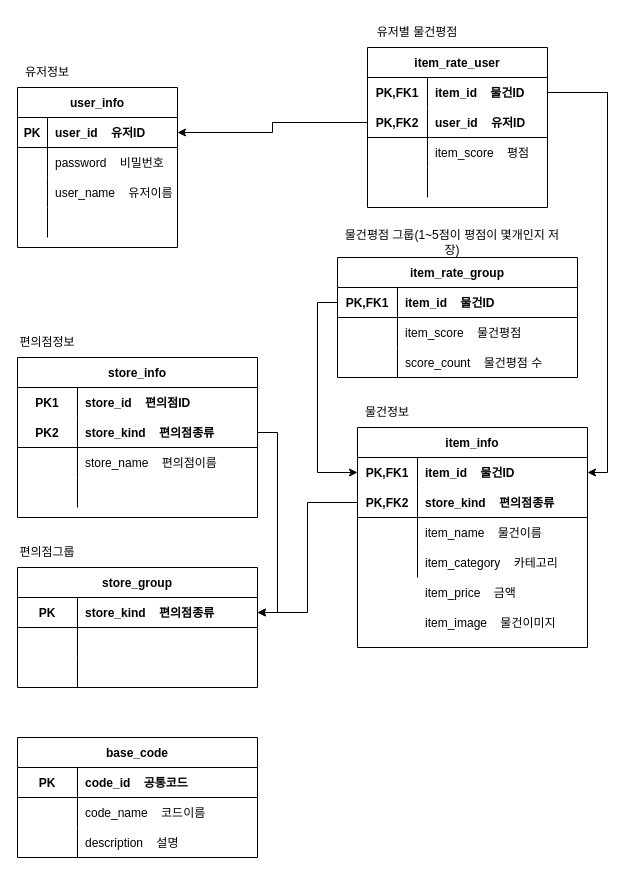
This is project_document/diagram/guru.drawio from CVS-GURU/CVS-GURU-BACK, a draw.io file, before an edit. Source tidied: cells renumbered, new cells numbered last; positions are measured from the earlier drawing's top-left corner, leaving out a move shared by most shapes. Both pictures are drawn from the tidied source at 100%, with x=0, y=0 at pixel (17, 17).
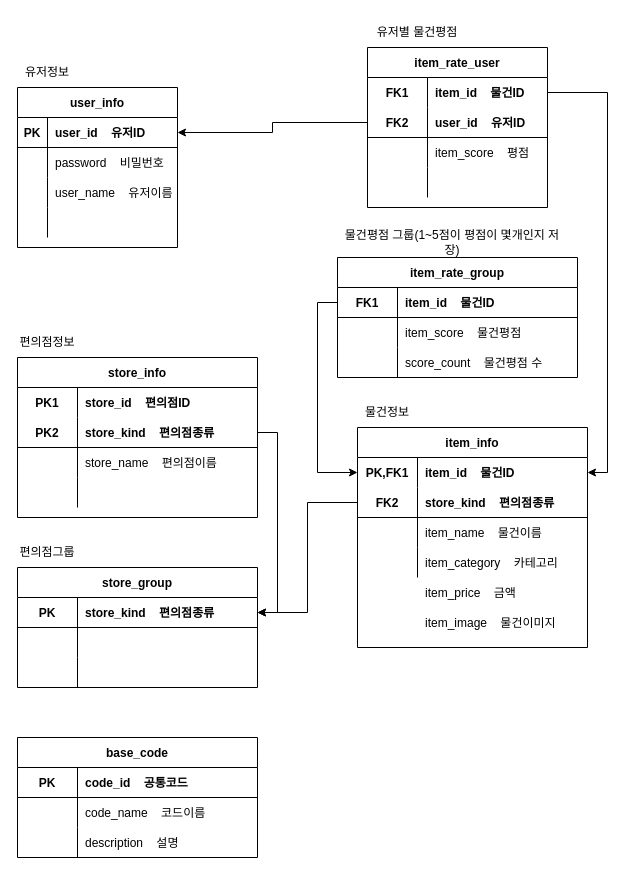
The same page after the edit.

The change refers to these unchanged cells:
```xml
<mxCell id="20" style="shape=partialRectangle;fillColor=none;top=0;left=0;bottom=0;right=0;points=[[0,0.5],[1,0.5]];portConstraint=eastwest;" parent="19" vertex="1">
  <mxGeometry y="30" width="180" height="30" as="geometry" />
</mxCell>
<mxCell id="23" style="shape=partialRectangle;fillColor=none;top=0;left=0;bottom=1;right=0;points=[[0,0.5],[1,0.5]];portConstraint=eastwest;" parent="19" vertex="1">
  <mxGeometry y="60" width="180" height="30" as="geometry" />
</mxCell>
<mxCell id="51" style="shape=partialRectangle;fillColor=none;top=0;left=0;bottom=1;right=0;points=[[0,0.5],[1,0.5]];portConstraint=eastwest;" parent="47" vertex="1">
  <mxGeometry y="60" width="230" height="30" as="geometry" />
</mxCell>
<mxCell id="77" style="shape=partialRectangle;fillColor=none;top=0;left=0;bottom=1;right=0;points=[[0,0.5],[1,0.5]];portConstraint=eastwest;" parent="76" vertex="1">
  <mxGeometry y="30" width="240" height="30" as="geometry" />
</mxCell>
```

The edit, as a diff of the source:
```diff
@@
-    <mxCell id="21" value="PK,FK1" style="shape=partialRectangle;fillColor=none;top=0;left=0;bottom=0;right=0;fontStyle=1;overflow=hidden;" parent="20" vertex="1">
+    <mxCell id="21" value="FK1" style="shape=partialRectangle;fillColor=none;top=0;left=0;bottom=0;right=0;fontStyle=1;overflow=hidden;" parent="20" vertex="1">
       <mxGeometry width="60" height="30" as="geometry" />
     </mxCell>
@@
-    <mxCell id="24" value="PK,FK2" style="shape=partialRectangle;fillColor=none;top=0;left=0;bottom=0;right=0;fontStyle=1;overflow=hidden;" parent="23" vertex="1">
+    <mxCell id="24" value="FK2" style="shape=partialRectangle;fillColor=none;top=0;left=0;bottom=0;right=0;fontStyle=1;overflow=hidden;" parent="23" vertex="1">
       <mxGeometry width="60" height="30" as="geometry" />
     </mxCell>
@@
-    <mxCell id="52" value="PK,FK2" style="shape=partialRectangle;fillColor=none;top=0;left=0;bottom=0;right=0;fontStyle=1;overflow=hidden;" parent="51" vertex="1">
+    <mxCell id="52" value="FK2" style="shape=partialRectangle;fillColor=none;top=0;left=0;bottom=0;right=0;fontStyle=1;overflow=hidden;" parent="51" vertex="1">
       <mxGeometry width="60" height="30" as="geometry" />
     </mxCell>
@@
-    <mxCell id="78" value="PK,FK1" style="shape=partialRectangle;fillColor=none;top=0;left=0;bottom=0;right=0;fontStyle=1;overflow=hidden;" parent="77" vertex="1">
+    <mxCell id="78" value="FK1" style="shape=partialRectangle;fillColor=none;top=0;left=0;bottom=0;right=0;fontStyle=1;overflow=hidden;" parent="77" vertex="1">
       <mxGeometry width="60" height="30" as="geometry" />
     </mxCell>
```
